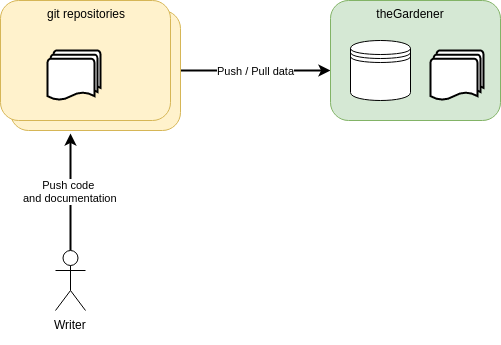
The draw.io diagram documentation/assets/images/theGardener_role_writer.png in KelkooGroup/theGardener, before a commit. Source tidied: cells renumbered, new cells last; positions are measured from the earlier drawing's top-left corner, leaving out a move shared by most shapes.
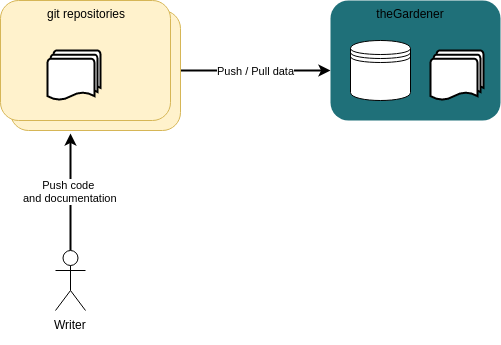
Later version of the same file.

What changed in the source:
```diff
@@ -8,7 +8,7 @@
     <mxCell id="3" style="rounded=1;whiteSpace=wrap;html=1;fillColor=#fff2cc;strokeColor=#d6b656;" parent="1" vertex="1">
       <mxGeometry x="10" y="10" width="170" height="120" as="geometry" />
     </mxCell>
-    <mxCell id="4" style="rounded=1;whiteSpace=wrap;html=1;fillColor=#d5e8d4;strokeColor=#82b366;" parent="1" vertex="1">
+    <mxCell id="4" style="rounded=1;whiteSpace=wrap;html=1;fillColor=#1F7079;strokeColor=none;" parent="1" vertex="1">
       <mxGeometry x="330" width="170" height="120" as="geometry" />
     </mxCell>
     <mxCell id="5" value="&lt;div&gt;Push code &lt;br&gt;and documentation&lt;/div&gt;" style="edgeStyle=orthogonalEdgeStyle;rounded=0;orthogonalLoop=1;jettySize=auto;html=1;exitX=0.5;exitY=0;exitDx=0;exitDy=0;exitPerimeter=0;entryX=0.353;entryY=1.025;entryDx=0;entryDy=0;entryPerimeter=0;strokeWidth=2;" parent="1" edge="1">
```
